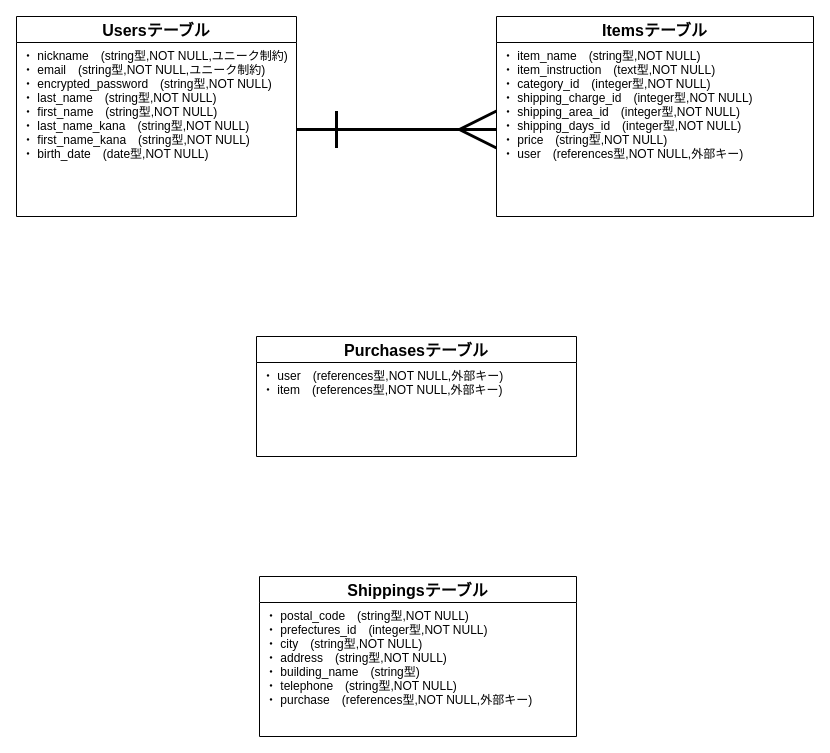
Earlier version of the draw.io diagram page "ページ1" (1 of 2) of furima.dio (Minakuchi0245/furima-37899). Source tidied: cells renumbered, new cells numbered last; positions are measured from the earlier drawing's top-left corner, leaving out a move shared by most shapes. Both pictures are drawn from the tidied source at 100%, with x=0, y=0 at pixel (16, 16).
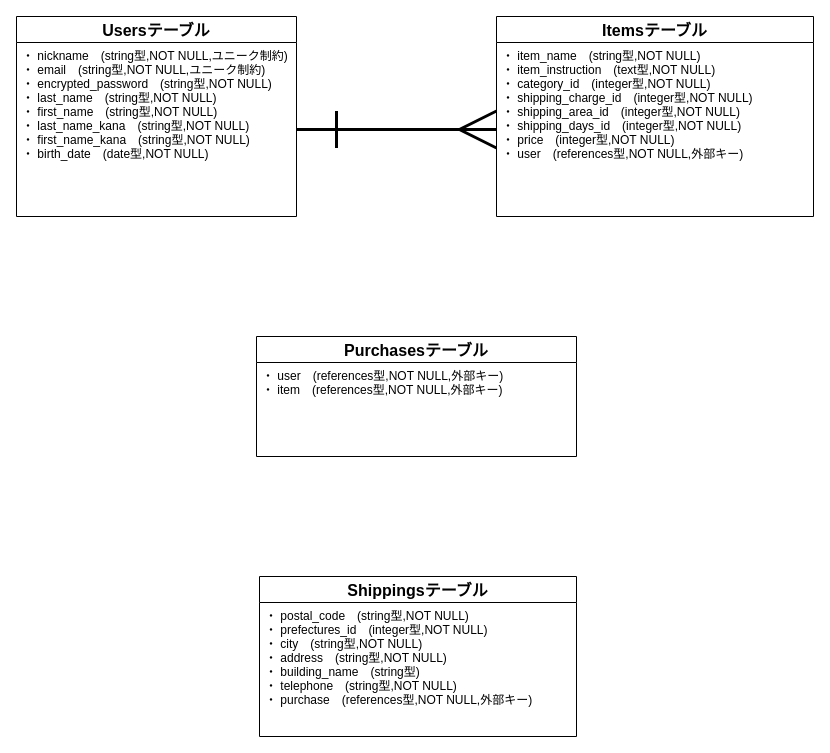
After the change.

Commit message:
データベース設計修正2

The change refers to these unchanged cells:
```xml
<mxCell id="6" value="Itemsテーブル" style="swimlane;fontStyle=1;horizontal=1;startSize=26;align=center;fontSize=16;labelBackgroundColor=none;" parent="1" vertex="1">
  <mxGeometry x="480" width="317" height="200" as="geometry" />
</mxCell>
```

The edit, as a diff of the source:
```diff
@@
-    <mxCell id="7" value="・ item_name　(string型,NOT NULL)&#10;・ item_instruction　(text型,NOT NULL)&#10;・ category_id　(integer型,NOT NULL)&#10;・ shipping_charge_id　(integer型,NOT NULL)&#10;・ shipping_area_id　(integer型,NOT NULL)&#10;・ shipping_days_id　(integer型,NOT NULL)&#10;・ price　(string型,NOT NULL)&#10;・ user　(references型,NOT NULL,外部キー)&#10;" style="text;strokeColor=none;fillColor=none;spacingLeft=4;spacingRight=4;overflow=hidden;points=[[0,0.5],[1,0.5]];portConstraint=eastwest;fontSize=12;fontStyle=0;labelBackgroundColor=none;" parent="6" vertex="1">
+    <mxCell id="7" value="・ item_name　(string型,NOT NULL)&#10;・ item_instruction　(text型,NOT NULL)&#10;・ category_id　(integer型,NOT NULL)&#10;・ shipping_charge_id　(integer型,NOT NULL)&#10;・ shipping_area_id　(integer型,NOT NULL)&#10;・ shipping_days_id　(integer型,NOT NULL)&#10;・ price　(integer型,NOT NULL)&#10;・ user　(references型,NOT NULL,外部キー)&#10;" style="text;strokeColor=none;fillColor=none;spacingLeft=4;spacingRight=4;overflow=hidden;points=[[0,0.5],[1,0.5]];portConstraint=eastwest;fontSize=12;fontStyle=0;labelBackgroundColor=none;" parent="6" vertex="1">
       <mxGeometry y="26" width="317" height="174" as="geometry" />
     </mxCell>
```
